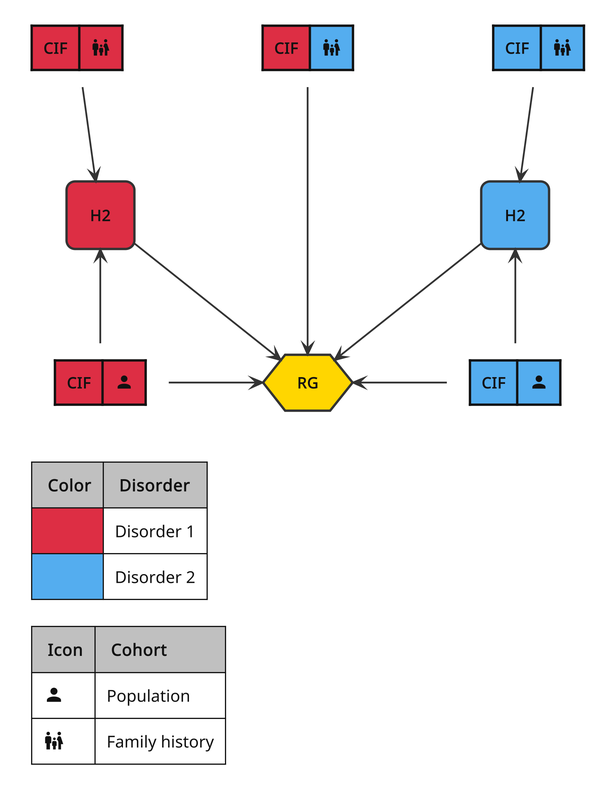
This is guides/diagrams/pipeline-dag.png from BioPsyk/epimight, a PlantUML export, as it was before one commit.
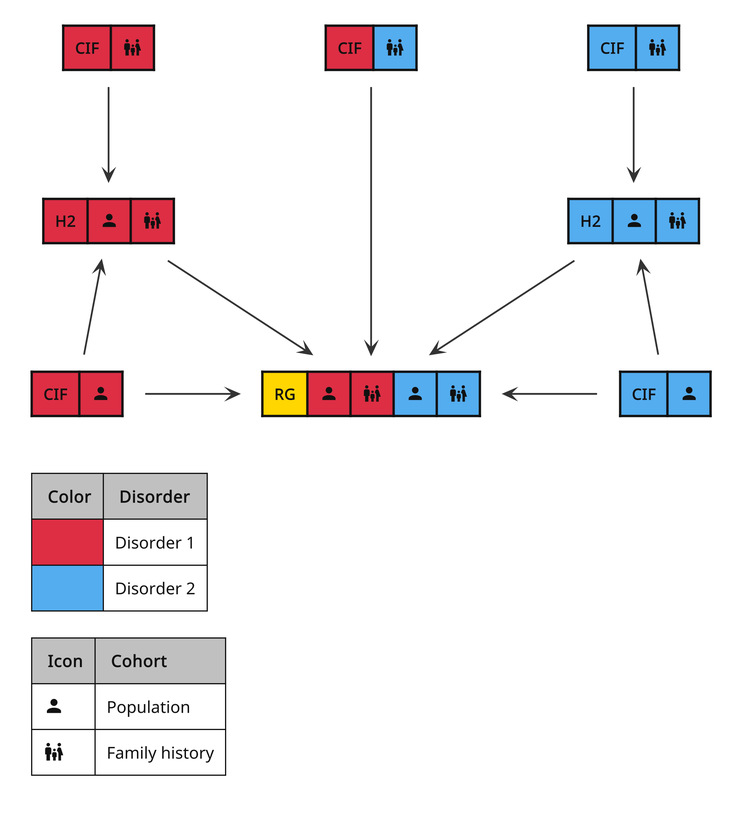
Later version of the same file.

Commit message:
Adds simpler diagram

Diff of the diagram source:
```diff
@@ -25,9 +25,12 @@
 card "|<#dd2e44>**CIF**|<#54adef><$mdiHumanMaleFemaleChild{scale=0.35}>|" as cif_d1_fh2
 card "|<#54adef>**CIF**|<#54adef><$mdiAccount{scale=0.35}>|" as cif_d2_pop
 card "|<#54adef>**CIF**|<#54adef><$mdiHumanMaleFemaleChild{scale=0.35}>|" as cif_d2_fh2
-rectangle "**H2**" as h2_d1 #dd2e44
-rectangle "**H2**" as h2_d2 #54adef
-hexagon "**RG**" as rg #ffd600
+
+card "<#dd2e44>|**H2**|<$mdiAccount{scale=0.35}>|<$mdiHumanMaleFemaleChild{scale=0.35}>|" as h2_d1
+card "<#54adef>|**H2**|<$mdiAccount{scale=0.35}>|<$mdiHumanMaleFemaleChild{scale=0.35}>|" as h2_d2
+
+card "|<#ffd600>**RG**|<#dd2e44><$mdiAccount{scale=0.35}>|<#dd2e44><$mdiHumanMaleFemaleChild{scale=0.35}>|<#54adef><$mdiAccount{scale=0.35}>|<#54adef><$mdiHumanMaleFemaleChild{scale=0.35}>|" as rg
+
 
 cif_d2_pop -UP-> h2_d2
 cif_d2_fh2 --> h2_d2
```
